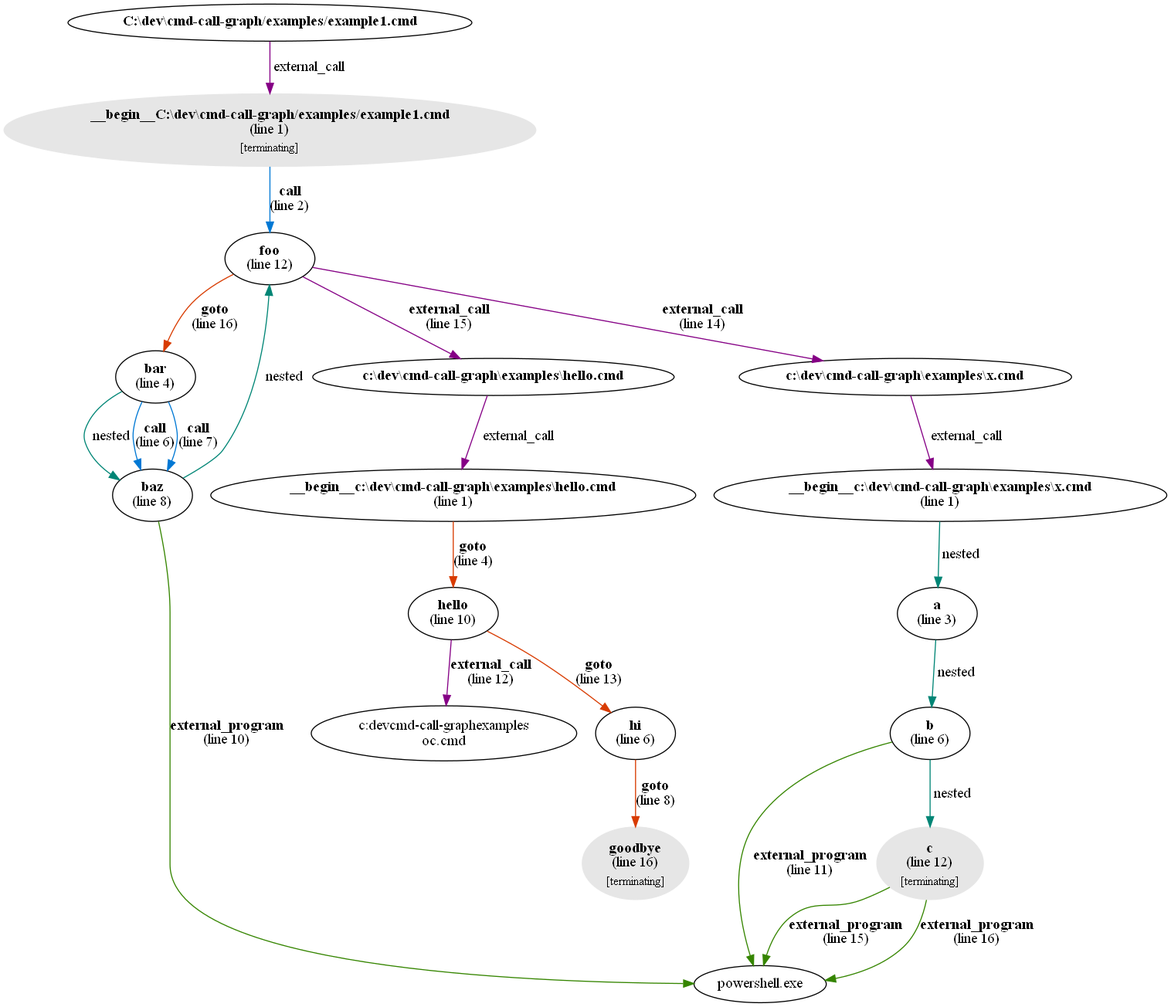
Earlier version of the Graphviz export examples/example1.png (microsoft/cmd-call-graph). Its source is kept beside it as examples/example1.dot.
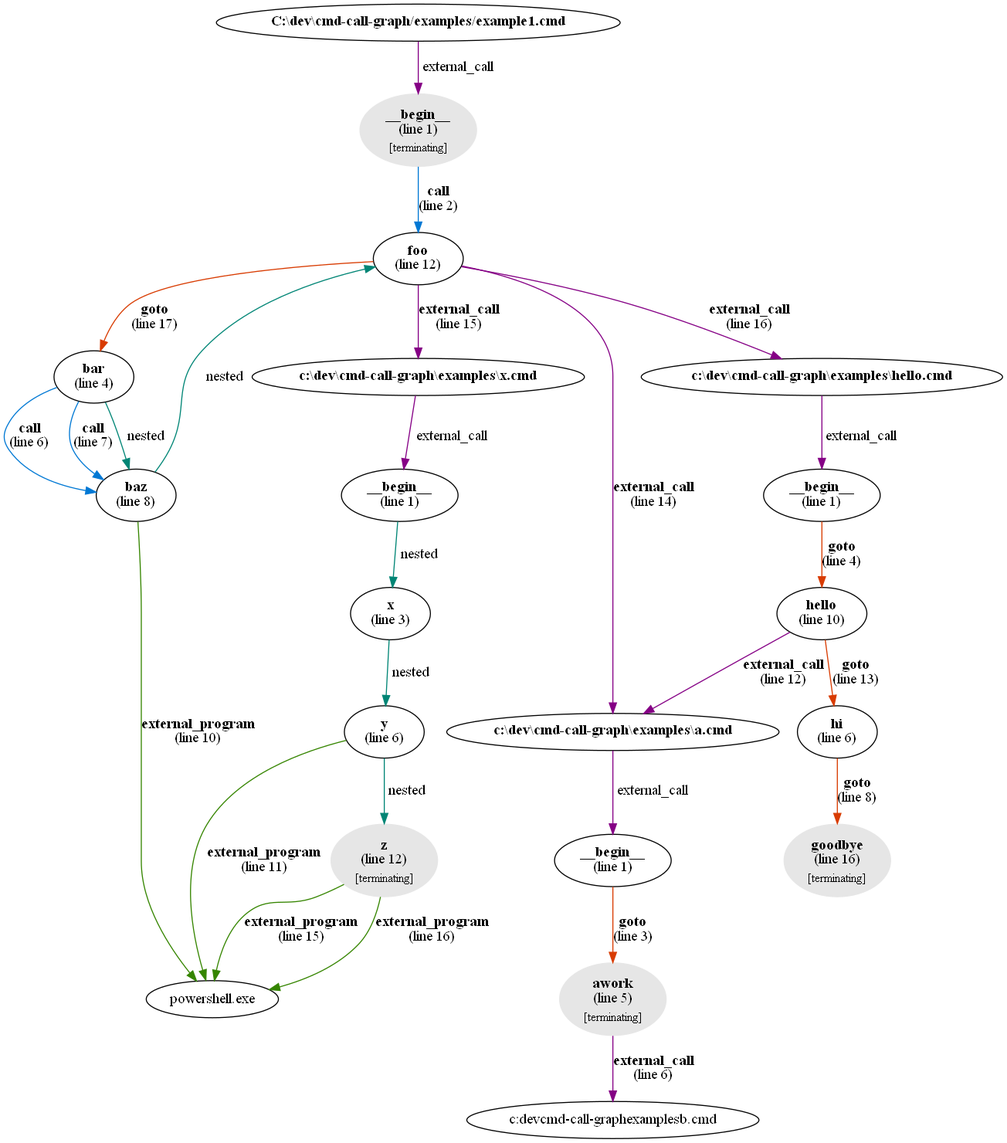
After the commit.

Diff of the diagram source:
```diff
@@ -1,7 +1,7 @@
 digraph g {
 "C:\dev\cmd-call-graph/examples/example1.cmd" [label=<<b>C:\dev\cmd-call-graph/examples/example1.cmd</b>>]
 "C:\dev\cmd-call-graph/examples/example1.cmd" -> "__begin__C:\dev\cmd-call-graph/examples/example1.cmd" [label=" external_call",color="#850085"]
-"__begin__C:\dev\cmd-call-graph/examples/example1.cmd" [color="#e6e6e6",style=filled,label=<<b>__begin__C:\dev\cmd-call-graph/examples/example1.cmd</b><br/>(line 1)<br/><sub>[terminating]</sub>>]
+"__begin__C:\dev\cmd-call-graph/examples/example1.cmd" [color="#e6e6e6",style=filled,label=<<b>__begin__</b><br/>(line 1)<br/><sub>[terminating]</sub>>]
 "__begin__C:\dev\cmd-call-graph/examples/example1.cmd" -> "foo" [label=<<b>call</b><br />(line 2)>,color="#0078d4"]
 "bar" [label=<<b>bar</b><br/>(line 4)>]
 "bar" -> "baz" [label=<<b>call</b><br />(line 6)>,color="#0078d4"]
@@ -11,28 +11,35 @@
 "baz" -> "foo" [label=" nested",color="#008575"]
 "baz" -> "powershell.exe" [label=<<b>external_program</b><br />(line 10)>,color="#358500"]
 "foo" [label=<<b>foo</b><br/>(line 12)>]
-"foo" -> "bar" [label=<<b>goto</b><br />(line 16)>,color="#d83b01"]
-"foo" -> "c:\dev\cmd-call-graph\examples\hello.cmd" [label=<<b>external_call</b><br />(line 15)>,color="#850085"]
-"foo" -> "c:\dev\cmd-call-graph\examples\x.cmd" [label=<<b>external_call</b><br />(line 14)>,color="#850085"]
-"__begin__c:\dev\cmd-call-graph\examples\x.cmd" [label=<<b>__begin__c:\dev\cmd-call-graph\examples\x.cmd</b><br/>(line 1)>]
-"__begin__c:\dev\cmd-call-graph\examples\x.cmd" -> "a" [label=" nested",color="#008575"]
-"a" [label=<<b>a</b><br/>(line 3)>]
-"a" -> "b" [label=" nested",color="#008575"]
-"b" [label=<<b>b</b><br/>(line 6)>]
-"b" -> "c" [label=" nested",color="#008575"]
-"b" -> "powershell.exe" [label=<<b>external_program</b><br />(line 11)>,color="#358500"]
-"c" [color="#e6e6e6",style=filled,label=<<b>c</b><br/>(line 12)<br/><sub>[terminating]</sub>>]
-"c" -> "powershell.exe" [label=<<b>external_program</b><br />(line 15)>,color="#358500"]
-"c" -> "powershell.exe" [label=<<b>external_program</b><br />(line 16)>,color="#358500"]
+"foo" -> "bar" [label=<<b>goto</b><br />(line 17)>,color="#d83b01"]
+"foo" -> "c:\dev\cmd-call-graph\examples\a.cmd" [label=<<b>external_call</b><br />(line 14)>,color="#850085"]
+"foo" -> "c:\dev\cmd-call-graph\examples\hello.cmd" [label=<<b>external_call</b><br />(line 16)>,color="#850085"]
+"foo" -> "c:\dev\cmd-call-graph\examples\x.cmd" [label=<<b>external_call</b><br />(line 15)>,color="#850085"]
+"__begin__c:\dev\cmd-call-graph\examples\a.cmd" [label=<<b>__begin__</b><br/>(line 1)>]
+"__begin__c:\dev\cmd-call-graph\examples\a.cmd" -> "awork" [label=<<b>goto</b><br />(line 3)>,color="#d83b01"]
+"awork" [color="#e6e6e6",style=filled,label=<<b>awork</b><br/>(line 5)<br/><sub>[terminating]</sub>>]
+"awork" -> "c:\dev\cmd-call-graph\examples\b.cmd" [label=<<b>external_call</b><br />(line 6)>,color="#850085"]
+"c:\dev\cmd-call-graph\examples\a.cmd" [label=<<b>c:\dev\cmd-call-graph\examples\a.cmd</b>>]
+"c:\dev\cmd-call-graph\examples\a.cmd" -> "__begin__c:\dev\cmd-call-graph\examples\a.cmd" [label=" external_call",color="#850085"]
+"__begin__c:\dev\cmd-call-graph\examples\x.cmd" [label=<<b>__begin__</b><br/>(line 1)>]
+"__begin__c:\dev\cmd-call-graph\examples\x.cmd" -> "x" [label=" nested",color="#008575"]
 "c:\dev\cmd-call-graph\examples\x.cmd" [label=<<b>c:\dev\cmd-call-graph\examples\x.cmd</b>>]
 "c:\dev\cmd-call-graph\examples\x.cmd" -> "__begin__c:\dev\cmd-call-graph\examples\x.cmd" [label=" external_call",color="#850085"]
-"__begin__c:\dev\cmd-call-graph\examples\hello.cmd" [label=<<b>__begin__c:\dev\cmd-call-graph\examples\hello.cmd</b><br/>(line 1)>]
+"x" [label=<<b>x</b><br/>(line 3)>]
+"x" -> "y" [label=" nested",color="#008575"]
+"y" [label=<<b>y</b><br/>(line 6)>]
+"y" -> "powershell.exe" [label=<<b>external_program</b><br />(line 11)>,color="#358500"]
+"y" -> "z" [label=" nested",color="#008575"]
+"z" [color="#e6e6e6",style=filled,label=<<b>z</b><br/>(line 12)<br/><sub>[terminating]</sub>>]
+"z" -> "powershell.exe" [label=<<b>external_program</b><br />(line 15)>,color="#358500"]
+"z" -> "powershell.exe" [label=<<b>external_program</b><br />(line 16)>,color="#358500"]
+"__begin__c:\dev\cmd-call-graph\examples\hello.cmd" [label=<<b>__begin__</b><br/>(line 1)>]
 "__begin__c:\dev\cmd-call-graph\examples\hello.cmd" -> "hello" [label=<<b>goto</b><br />(line 4)>,color="#d83b01"]
 "c:\dev\cmd-call-graph\examples\hello.cmd" [label=<<b>c:\dev\cmd-call-graph\examples\hello.cmd</b>>]
 "c:\dev\cmd-call-graph\examples\hello.cmd" -> "__begin__c:\dev\cmd-call-graph\examples\hello.cmd" [label=" external_call",color="#850085"]
 "goodbye" [color="#e6e6e6",style=filled,label=<<b>goodbye</b><br/>(line 16)<br/><sub>[terminating]</sub>>]
 "hello" [label=<<b>hello</b><br/>(line 10)>]
-"hello" -> "c:\dev\cmd-call-graph\examples\loc.cmd" [label=<<b>external_call</b><br />(line 12)>,color="#850085"]
+"hello" -> "c:\dev\cmd-call-graph\examples\a.cmd" [label=<<b>external_call</b><br />(line 12)>,color="#850085"]
 "hello" -> "hi" [label=<<b>goto</b><br />(line 13)>,color="#d83b01"]
 "hi" [label=<<b>hi</b><br/>(line 6)>]
 "hi" -> "goodbye" [label=<<b>goto</b><br />(line 8)>,color="#d83b01"]
```
